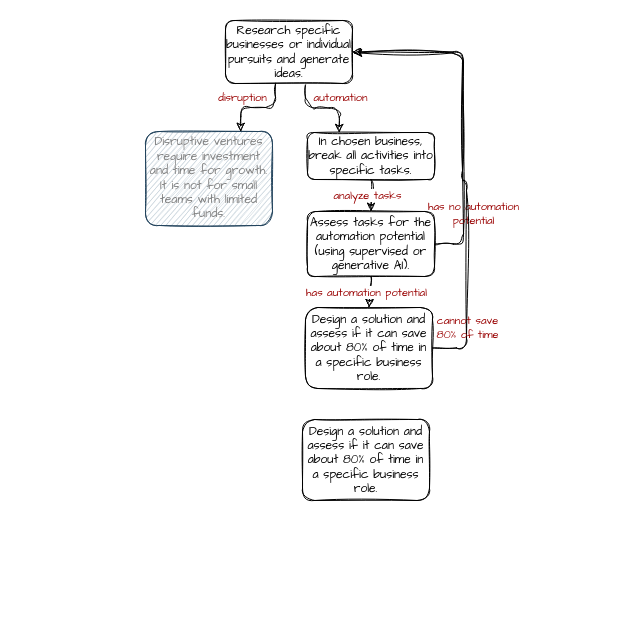
Before: page "Page-2" (2 of 2) of posts/opportunities-in-ai-2023/readme.drawio in dimastatz/dimastatz.github.io, a draw.io diagram. Source tidied: cells renumbered, new cells numbered last; positions are measured from the earlier drawing's top-left corner, leaving out a move shared by most shapes. Both pictures are drawn from the tidied source at 100%, with x=0, y=0 at pixel (145, 20).
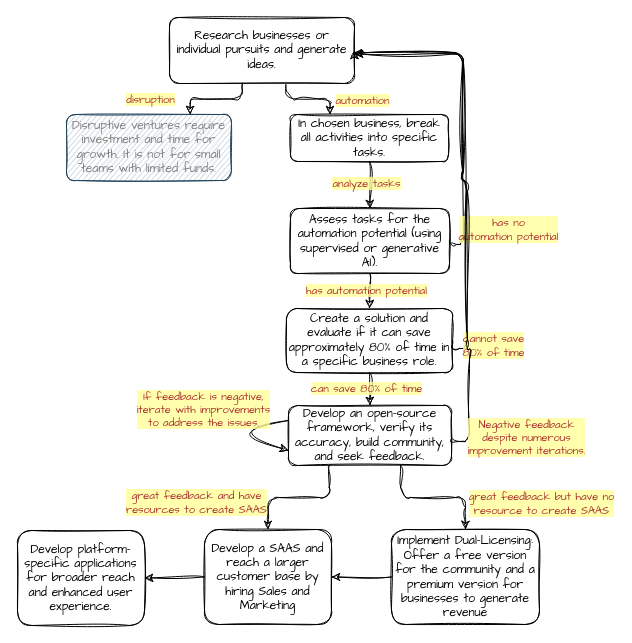
The same diagram, later.

Unchanged cells that the change refers to:
```xml
<mxCell id="2" style="html=1;exitX=0.63;exitY=0.981;exitDx=0;exitDy=0;fontFamily=Comic Sans MS;sketch=1;curveFitting=1;jiggle=2;entryX=0.25;entryY=0;entryDx=0;entryDy=0;exitPerimeter=0;edgeStyle=orthogonalEdgeStyle;" parent="1" edge="1" source="4" target="6">
  <mxGeometry relative="1" as="geometry" />
</mxCell>
<mxCell id="7" style="html=1;exitX=0.394;exitY=0.997;exitDx=0;exitDy=0;fontFamily=Comic Sans MS;sketch=1;curveFitting=1;jiggle=2;entryX=0.75;entryY=0;entryDx=0;entryDy=0;exitPerimeter=0;edgeStyle=orthogonalEdgeStyle;" parent="1" edge="1" source="4" target="5">
  <mxGeometry relative="1" as="geometry" />
</mxCell>
<mxCell id="10" style="html=1;exitX=0.5;exitY=1;exitDx=0;exitDy=0;fontFamily=Comic Sans MS;sketch=1;curveFitting=1;jiggle=2;" parent="1" edge="1" source="6" target="9">
  <mxGeometry relative="1" as="geometry" />
</mxCell>
<mxCell id="13" style="html=1;exitX=0.5;exitY=1;exitDx=0;exitDy=0;fontFamily=Comic Sans MS;sketch=1;curveFitting=1;jiggle=2;entryX=0.5;entryY=0;entryDx=0;entryDy=0;" parent="1" edge="1" source="9" target="12">
  <mxGeometry relative="1" as="geometry" />
</mxCell>
<mxCell id="15" style="html=1;exitX=1;exitY=0.5;exitDx=0;exitDy=0;fontFamily=Comic Sans MS;sketch=1;curveFitting=1;jiggle=2;entryX=1;entryY=0.5;entryDx=0;entryDy=0;edgeStyle=orthogonalEdgeStyle;" parent="1" edge="1" source="9" target="4">
  <mxGeometry relative="1" as="geometry">
    <Array as="points">
      <mxPoint x="318" y="224" />
      <mxPoint x="318" y="32" />
    </Array>
  </mxGeometry>
</mxCell>
<mxCell id="17" style="html=1;exitX=1;exitY=0.5;exitDx=0;exitDy=0;fontFamily=Comic Sans MS;sketch=1;curveFitting=1;jiggle=2;entryX=1;entryY=0.5;entryDx=0;entryDy=0;edgeStyle=orthogonalEdgeStyle;" parent="1" edge="1" source="12">
  <mxGeometry relative="1" as="geometry">
    <mxPoint x="208" y="32.5" as="targetPoint" />
    <Array as="points">
      <mxPoint x="321" y="328" />
      <mxPoint x="321" y="160" />
      <mxPoint x="317" y="160" />
      <mxPoint x="317" y="33" />
    </Array>
  </mxGeometry>
</mxCell>
```

The edit, as a diff of the source:
```diff
@@
-    <mxCell id="3" value="automation" style="edgeLabel;html=1;align=center;verticalAlign=middle;fontFamily=Comic Sans MS;fontColor=#990000;" parent="2" vertex="1">
+    <mxCell id="3" value="automation" style="edgeLabel;html=1;align=center;verticalAlign=middle;fontFamily=Comic Sans MS;fontColor=#990000;labelBackgroundColor=#FFFF99;textOpacity=80;" parent="2" vertex="1">
       <mxGeometry x="-0.02" relative="1" as="geometry">
-        <mxPoint x="19" y="-11" as="offset" />
+        <mxPoint x="56" y="1" as="offset" />
       </mxGeometry>
     </mxCell>
-    <mxCell id="4" value="Research specific businesses or individual pursuits and generate ideas." style="rounded=1;whiteSpace=wrap;html=1;shadow=0;sketch=1;fontFamily=Comic Sans MS;fillColor=default;" parent="1" vertex="1">
-      <mxGeometry x="80" width="127" height="63" as="geometry" />
+    <mxCell id="4" value="Research businesses or individual pursuits and generate ideas." style="rounded=1;whiteSpace=wrap;html=1;shadow=0;sketch=1;fontFamily=Comic Sans MS;fillColor=default;" parent="1" vertex="1">
+      <mxGeometry x="24" y="-3" width="185" height="66" as="geometry" />
     </mxCell>
     <mxCell id="5" value="Disruptive ventures require investment and time for growth. It is not for small teams with limited funds." style="rounded=1;whiteSpace=wrap;html=1;shadow=0;sketch=1;fontFamily=Comic Sans MS;fillColor=#bac8d3;strokeColor=#23445d;fontColor=#808080;" parent="1" vertex="1">
-      <mxGeometry y="111" width="127" height="94" as="geometry" />
+      <mxGeometry x="-79" y="94" width="165" height="66" as="geometry" />
     </mxCell>
     <mxCell id="6" value="In chosen business, break all activities into specific tasks." style="rounded=1;whiteSpace=wrap;html=1;shadow=0;sketch=1;fontFamily=Comic Sans MS;fillColor=default;" parent="1" vertex="1">
-      <mxGeometry x="162" y="112" width="127" height="47" as="geometry" />
+      <mxGeometry x="145" y="94" width="158" height="47" as="geometry" />
     </mxCell>
@@
-    <mxCell id="8" value="disruption" style="edgeLabel;html=1;align=center;verticalAlign=middle;fontFamily=Comic Sans MS;fontColor=#990000;" parent="7" vertex="1">
+    <mxCell id="8" value="disruption" style="edgeLabel;html=1;align=center;verticalAlign=middle;fontFamily=Comic Sans MS;fontColor=#990000;labelBackgroundColor=#FFFF99;textOpacity=80;" parent="7" vertex="1">
       <mxGeometry x="-0.02" relative="1" as="geometry">
-        <mxPoint x="-17" y="-11" as="offset" />
+        <mxPoint x="-67" as="offset" />
       </mxGeometry>
     </mxCell>
     <mxCell id="9" value="Assess tasks for the automation potential (using supervised or generative AI)." style="rounded=1;whiteSpace=wrap;html=1;shadow=0;sketch=1;fontFamily=Comic Sans MS;fillColor=default;" parent="1" vertex="1">
-      <mxGeometry x="162" y="191" width="127" height="65" as="geometry" />
+      <mxGeometry x="145" y="188" width="159" height="65" as="geometry" />
     </mxCell>
@@
-    <mxCell id="11" value="&lt;span style=&quot;color: rgb(153, 0, 0); font-family: &amp;quot;Comic Sans MS&amp;quot;;&quot;&gt;analyze tasks&lt;/span&gt;" style="edgeLabel;html=1;align=center;verticalAlign=middle;fontColor=#808080;" parent="10" vertex="1">
+    <mxCell id="11" value="&lt;span style=&quot;color: rgb(153, 0, 0); font-family: &amp;quot;Comic Sans MS&amp;quot;;&quot;&gt;analyze tasks&lt;/span&gt;" style="edgeLabel;html=1;align=center;verticalAlign=middle;fontColor=#808080;labelBackgroundColor=#FFFF99;textOpacity=80;" parent="10" vertex="1">
       <mxGeometry x="-0.06" y="1" relative="1" as="geometry">
         <mxPoint x="-5" as="offset" />
       </mxGeometry>
     </mxCell>
-    <mxCell id="12" value="Design a solution and assess if it can save about 80% of time in a specific business role." style="rounded=1;whiteSpace=wrap;html=1;shadow=0;sketch=1;fontFamily=Comic Sans MS;fillColor=default;" parent="1" vertex="1">
-      <mxGeometry x="160" y="287" width="127" height="81" as="geometry" />
+    <mxCell id="12" value="Create a solution and evaluate if it can save approximately 80% of time in a specific business role." style="rounded=1;whiteSpace=wrap;html=1;shadow=0;sketch=1;fontFamily=Comic Sans MS;fillColor=default;" parent="1" vertex="1">
+      <mxGeometry x="141" y="288" width="166" height="64" as="geometry" />
     </mxCell>
@@
-    <mxCell id="14" value="&lt;span style=&quot;color: rgb(153, 0, 0); font-family: &amp;quot;Comic Sans MS&amp;quot;;&quot;&gt;has automation potential&lt;/span&gt;" style="edgeLabel;html=1;align=center;verticalAlign=middle;fontColor=#808080;" parent="13" vertex="1">
+    <mxCell id="14" value="&lt;span style=&quot;color: rgb(153, 0, 0); font-family: &amp;quot;Comic Sans MS&amp;quot;;&quot;&gt;has automation potential&lt;/span&gt;" style="edgeLabel;html=1;align=center;verticalAlign=middle;fontColor=#808080;labelBackgroundColor=#FFFF99;textOpacity=80;" parent="13" vertex="1">
       <mxGeometry x="-0.06" y="1" relative="1" as="geometry">
         <mxPoint x="-5" as="offset" />
       </mxGeometry>
     </mxCell>
@@
-    <mxCell id="16" value="&lt;span style=&quot;color: rgb(153, 0, 0); font-family: &amp;quot;Comic Sans MS&amp;quot;;&quot;&gt;has no automation &lt;br&gt;potential&lt;/span&gt;" style="edgeLabel;html=1;align=center;verticalAlign=middle;fontColor=#808080;labelBackgroundColor=none;" parent="15" vertex="1">
+    <mxCell id="16" value="&lt;span style=&quot;color: rgb(153, 0, 0); font-family: &amp;quot;Comic Sans MS&amp;quot;;&quot;&gt;has no &lt;br&gt;automation potential&lt;/span&gt;" style="edgeLabel;html=1;align=center;verticalAlign=middle;fontColor=#808080;labelBackgroundColor=#FFFF99;textOpacity=80;" parent="15" vertex="1">
       <mxGeometry x="-0.06" y="1" relative="1" as="geometry">
-        <mxPoint x="10" y="96" as="offset" />
+        <mxPoint x="45" y="118" as="offset" />
       </mxGeometry>
     </mxCell>
@@
-    <mxCell id="18" value="&lt;font face=&quot;Comic Sans MS&quot; color=&quot;#990000&quot;&gt;cannot save &lt;br&gt;80% of time&lt;/font&gt;" style="edgeLabel;html=1;align=center;verticalAlign=middle;fontColor=#808080;labelBackgroundColor=none;" parent="17" vertex="1">
+    <mxCell id="18" value="&lt;font face=&quot;Comic Sans MS&quot; color=&quot;#990000&quot;&gt;cannot save &lt;br&gt;80% of time&lt;/font&gt;" style="edgeLabel;html=1;align=center;verticalAlign=middle;fontColor=#808080;labelBackgroundColor=#FFFF99;textOpacity=80;" parent="17" vertex="1">
       <mxGeometry x="-0.06" y="1" relative="1" as="geometry">
-        <mxPoint x="5" y="149" as="offset" />
+        <mxPoint x="31" y="172" as="offset" />
       </mxGeometry>
     </mxCell>
-    <mxCell id="19" value="Design a solution and assess if it can save about 80% of time in a specific business role." style="rounded=1;whiteSpace=wrap;html=1;shadow=0;sketch=1;fontFamily=Comic Sans MS;fillColor=default;" parent="1" vertex="1">
-      <mxGeometry x="157" y="399" width="127" height="81" as="geometry" />
+    <mxCell id="19" value="Develop an open-source framework, verify its accuracy, build community, and seek feedback." style="rounded=1;whiteSpace=wrap;html=1;shadow=0;sketch=1;fontFamily=Comic Sans MS;fillColor=default;" parent="1" vertex="1">
+      <mxGeometry x="143" y="385" width="163" height="60" as="geometry" />
     </mxCell>
+    <mxCell id="20" style="html=1;exitX=0.5;exitY=1;exitDx=0;exitDy=0;fontFamily=Comic Sans MS;sketch=1;curveFitting=1;jiggle=2;entryX=0.5;entryY=0;entryDx=0;entryDy=0;" parent="1" edge="1" source="12" target="19">
+      <mxGeometry relative="1" as="geometry" />
+    </mxCell>
+    <mxCell id="21" value="&lt;span style=&quot;color: rgb(153, 0, 0); font-family: &amp;quot;Comic Sans MS&amp;quot;;&quot;&gt;can save 80% of time&lt;/span&gt;" style="edgeLabel;html=1;align=center;verticalAlign=middle;fontColor=#808080;labelBackgroundColor=#FFFF99;textOpacity=80;" parent="20" vertex="1">
+      <mxGeometry x="-0.06" y="1" relative="1" as="geometry">
+        <mxPoint x="-5" as="offset" />
+      </mxGeometry>
+    </mxCell>
+    <mxCell id="22" style="html=1;exitX=1;exitY=0.5;exitDx=0;exitDy=0;fontFamily=Comic Sans MS;sketch=1;curveFitting=1;jiggle=2;entryX=1;entryY=0.5;entryDx=0;entryDy=0;edgeStyle=orthogonalEdgeStyle;" parent="1" edge="1" source="19">
+      <mxGeometry relative="1" as="geometry">
+        <mxPoint x="209" y="33.5" as="targetPoint" />
+        <Array as="points">
+          <mxPoint x="306" y="421" />
+          <mxPoint x="324" y="421" />
+          <mxPoint x="324" y="329" />
+          <mxPoint x="322" y="329" />
+          <mxPoint x="322" y="161" />
+          <mxPoint x="318" y="161" />
+          <mxPoint x="318" y="34" />
+        </Array>
+      </mxGeometry>
+    </mxCell>
+    <mxCell id="23" value="&lt;font face=&quot;Comic Sans MS&quot; color=&quot;#990000&quot;&gt;Negative feedback &lt;br&gt;despite numerous &lt;br&gt;improvement iterations.&lt;/font&gt;" style="edgeLabel;html=1;align=center;verticalAlign=middle;fontColor=#808080;labelBackgroundColor=#FFFF99;textOpacity=80;" parent="22" vertex="1">
+      <mxGeometry x="-0.06" y="1" relative="1" as="geometry">
+        <mxPoint x="59" y="216" as="offset" />
+      </mxGeometry>
+    </mxCell>
+    <mxCell id="24" style="html=1;exitX=0;exitY=0.25;exitDx=0;exitDy=0;fontFamily=Comic Sans MS;sketch=1;curveFitting=1;jiggle=2;entryX=0;entryY=0.75;entryDx=0;entryDy=0;edgeStyle=orthogonalEdgeStyle;curved=1;" parent="1" edge="1" source="19" target="19">
+      <mxGeometry relative="1" as="geometry">
+        <Array as="points">
+          <mxPoint x="73" y="408" />
+        </Array>
+      </mxGeometry>
+    </mxCell>
+    <mxCell id="25" value="&lt;font face=&quot;Comic Sans MS&quot; color=&quot;#990000&quot;&gt;If feedback is negative, &lt;br&gt;iterate with improvements &lt;br&gt;to address the issues.&lt;br&gt;&lt;/font&gt;" style="edgeLabel;html=1;align=center;verticalAlign=middle;fontColor=#808080;labelBackgroundColor=#FFFF99;textOpacity=80;" parent="24" vertex="1">
+      <mxGeometry x="-0.06" y="1" relative="1" as="geometry">
+        <mxPoint x="-18" y="-20" as="offset" />
+      </mxGeometry>
+    </mxCell>
+    <mxCell id="26" value="Implement Dual-Licensing: Offer a free version for the community and a premium version for businesses to generate revenue" style="rounded=1;whiteSpace=wrap;html=1;shadow=0;sketch=1;fontFamily=Comic Sans MS;fillColor=default;" parent="1" vertex="1">
+      <mxGeometry x="246" y="509" width="148" height="95" as="geometry" />
+    </mxCell>
+    <mxCell id="27" style="html=1;exitX=0.688;exitY=1;exitDx=0;exitDy=0;fontFamily=Comic Sans MS;sketch=1;curveFitting=1;jiggle=2;entryX=0.5;entryY=0;entryDx=0;entryDy=0;exitPerimeter=0;edgeStyle=orthogonalEdgeStyle;" parent="1" edge="1" source="19" target="26">
+      <mxGeometry relative="1" as="geometry" />
+    </mxCell>
+    <mxCell id="28" value="&lt;font face=&quot;Comic Sans MS&quot; color=&quot;#990000&quot;&gt;great feedback but have no &lt;br&gt;resource to create SAAS&lt;/font&gt;" style="edgeLabel;html=1;align=center;verticalAlign=middle;fontColor=#808080;labelBackgroundColor=#FFFF99;textOpacity=80;" parent="27" vertex="1">
+      <mxGeometry x="-0.06" y="1" relative="1" as="geometry">
+        <mxPoint x="111" y="6" as="offset" />
+      </mxGeometry>
+    </mxCell>
+    <mxCell id="29" value="Develop a SAAS and reach a larger customer base by hiring Sales and Marketing" style="rounded=1;whiteSpace=wrap;html=1;shadow=0;sketch=1;fontFamily=Comic Sans MS;fillColor=default;" parent="1" vertex="1">
+      <mxGeometry x="59" y="509" width="127" height="95" as="geometry" />
+    </mxCell>
+    <mxCell id="30" style="html=1;exitX=0.25;exitY=1;exitDx=0;exitDy=0;fontFamily=Comic Sans MS;sketch=1;curveFitting=1;jiggle=2;entryX=0.5;entryY=0;entryDx=0;entryDy=0;edgeStyle=orthogonalEdgeStyle;" parent="1" edge="1" source="19" target="29">
+      <mxGeometry relative="1" as="geometry" />
+    </mxCell>
+    <mxCell id="31" value="&lt;span style=&quot;color: rgb(153, 0, 0); font-family: &amp;quot;Comic Sans MS&amp;quot;;&quot;&gt;great feedback and have &lt;br&gt;resources to create SAAS&lt;/span&gt;" style="edgeLabel;html=1;align=center;verticalAlign=middle;fontColor=#808080;labelBackgroundColor=#FFFF99;textOpacity=80;" parent="30" vertex="1">
+      <mxGeometry x="-0.06" y="1" relative="1" as="geometry">
+        <mxPoint x="-106" y="3" as="offset" />
+      </mxGeometry>
+    </mxCell>
+    <mxCell id="32" style="html=1;exitX=0;exitY=0.5;exitDx=0;exitDy=0;fontFamily=Comic Sans MS;sketch=1;curveFitting=1;jiggle=2;entryX=1;entryY=0.5;entryDx=0;entryDy=0;" parent="1" edge="1" source="26" target="29">
+      <mxGeometry relative="1" as="geometry" />
+    </mxCell>
+    <mxCell id="33" value="Develop platform-specific applications for broader reach and enhanced user experience." style="rounded=1;whiteSpace=wrap;html=1;shadow=0;sketch=1;fontFamily=Comic Sans MS;fillColor=default;" parent="1" vertex="1">
+      <mxGeometry x="-128" y="510" width="127" height="95" as="geometry" />
+    </mxCell>
+    <mxCell id="34" style="html=1;exitX=0;exitY=0.5;exitDx=0;exitDy=0;fontFamily=Comic Sans MS;sketch=1;curveFitting=1;jiggle=2;entryX=1;entryY=0.5;entryDx=0;entryDy=0;" parent="1" edge="1" source="29" target="33">
+      <mxGeometry relative="1" as="geometry" />
+    </mxCell>
```
